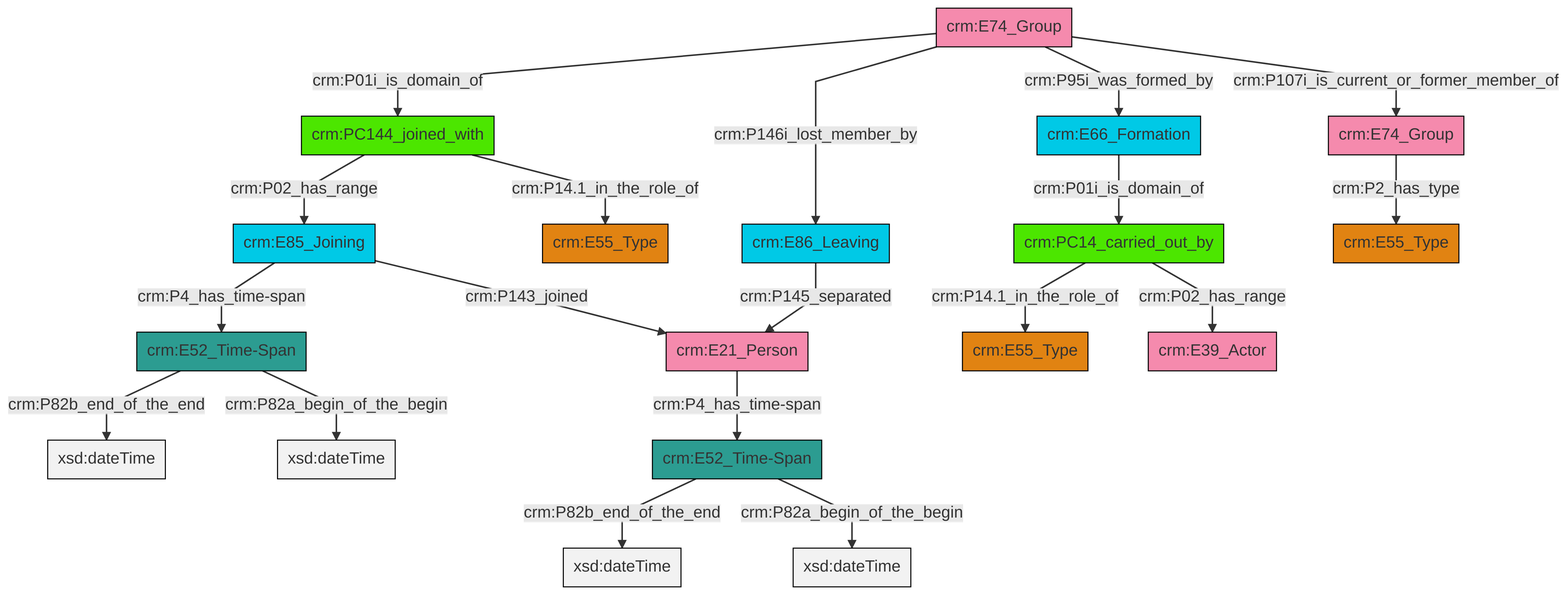
Above: et/groupCSV/ttl/mmd/png/group_actor_relations.png in swiss-art-research-net/reference-data-models (Mermaid), before the change. Its source is kept beside it as et/groupCSV/ttl/mmd/group_actor_relations.ttl.mmd.
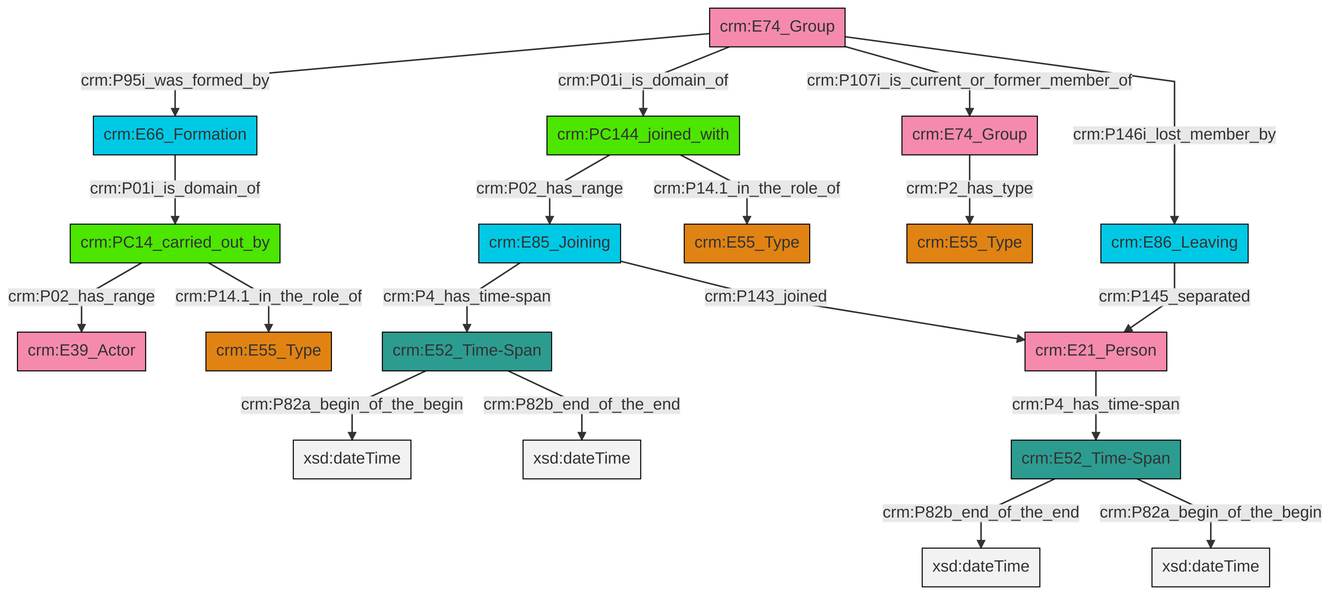
After the change.

Change to the diagram source:
```diff
@@ -13,21 +13,21 @@
 classDef PC_Classes fill:#4ce600, stroke:#000000;
 classDef Multi fill:#cccccc,stroke:#000000;
 
-6["crm:E74_Group"]:::Actor -->|crm:P01i_is_domain_of| 0["crm:PC144_joined_with"]:::PC_Classes
-0["crm:PC144_joined_with"]:::PC_Classes -->|crm:P02_has_range| 7["crm:E85_Joining"]:::Temporal_Entity
-4["crm:E52_Time-Span"]:::Time-Span -->|crm:P82b_end_of_the_end| 10[xsd:dateTime]:::Literal
-11["crm:E86_Leaving"]:::Temporal_Entity -->|crm:P145_separated| 12["crm:E21_Person"]:::Actor
-15["crm:E66_Formation"]:::Temporal_Entity -->|crm:P01i_is_domain_of| 16["crm:PC14_carried_out_by"]:::PC_Classes
-6["crm:E74_Group"]:::Actor -->|crm:P146i_lost_member_by| 11["crm:E86_Leaving"]:::Temporal_Entity
-7["crm:E85_Joining"]:::Temporal_Entity -->|crm:P4_has_time-span| 18["crm:E52_Time-Span"]:::Time-Span
-4["crm:E52_Time-Span"]:::Time-Span -->|crm:P82a_begin_of_the_begin| 20[xsd:dateTime]:::Literal
-21["crm:E74_Group"]:::Actor -->|crm:P2_has_type| 2["crm:E55_Type"]:::Type
-6["crm:E74_Group"]:::Actor -->|crm:P95i_was_formed_by| 15["crm:E66_Formation"]:::Temporal_Entity
-16["crm:PC14_carried_out_by"]:::PC_Classes -->|crm:P14.1_in_the_role_of| 8["crm:E55_Type"]:::Type
-16["crm:PC14_carried_out_by"]:::PC_Classes -->|crm:P02_has_range| 26["crm:E39_Actor"]:::Actor
-12["crm:E21_Person"]:::Actor -->|crm:P4_has_time-span| 4["crm:E52_Time-Span"]:::Time-Span
-6["crm:E74_Group"]:::Actor -->|crm:P107i_is_current_or_former_member_of| 21["crm:E74_Group"]:::Actor
-18["crm:E52_Time-Span"]:::Time-Span -->|crm:P82b_end_of_the_end| 28[xsd:dateTime]:::Literal
+0["crm:PC144_joined_with"]:::PC_Classes -->|crm:P02_has_range| 1["crm:E85_Joining"]:::Temporal_Entity
+1["crm:E85_Joining"]:::Temporal_Entity -->|crm:P4_has_time-span| 2["crm:E52_Time-Span"]:::Time-Span
+5["crm:E66_Formation"]:::Temporal_Entity -->|crm:P01i_is_domain_of| 6["crm:PC14_carried_out_by"]:::PC_Classes
+6["crm:PC14_carried_out_by"]:::PC_Classes -->|crm:P02_has_range| 7["crm:E39_Actor"]:::Actor
+1["crm:E85_Joining"]:::Temporal_Entity -->|crm:P143_joined| 8["crm:E21_Person"]:::Actor
+9["crm:E52_Time-Span"]:::Time-Span -->|crm:P82b_end_of_the_end| 10[xsd:dateTime]:::Literal
+11["crm:E74_Group"]:::Actor -->|crm:P95i_was_formed_by| 5["crm:E66_Formation"]:::Temporal_Entity
+8["crm:E21_Person"]:::Actor -->|crm:P4_has_time-span| 9["crm:E52_Time-Span"]:::Time-Span
+6["crm:PC14_carried_out_by"]:::PC_Classes -->|crm:P14.1_in_the_role_of| 15["crm:E55_Type"]:::Type
+2["crm:E52_Time-Span"]:::Time-Span -->|crm:P82a_begin_of_the_begin| 18[xsd:dateTime]:::Literal
+9["crm:E52_Time-Span"]:::Time-Span -->|crm:P82a_begin_of_the_begin| 19[xsd:dateTime]:::Literal
+11["crm:E74_Group"]:::Actor -->|crm:P01i_is_domain_of| 0["crm:PC144_joined_with"]:::PC_Classes
+23["crm:E74_Group"]:::Actor -->|crm:P2_has_type| 3["crm:E55_Type"]:::Type
+24["crm:E86_Leaving"]:::Temporal_Entity -->|crm:P145_separated| 8["crm:E21_Person"]:::Actor
+11["crm:E74_Group"]:::Actor -->|crm:P107i_is_current_or_former_member_of| 23["crm:E74_Group"]:::Actor
 0["crm:PC144_joined_with"]:::PC_Classes -->|crm:P14.1_in_the_role_of| 13["crm:E55_Type"]:::Type
-18["crm:E52_Time-Span"]:::Time-Span -->|crm:P82a_begin_of_the_begin| 33[xsd:dateTime]:::Literal
-7["crm:E85_Joining"]:::Temporal_Entity -->|crm:P143_joined| 12["crm:E21_Person"]:::Actor
+11["crm:E74_Group"]:::Actor -->|crm:P146i_lost_member_by| 24["crm:E86_Leaving"]:::Temporal_Entity
+2["crm:E52_Time-Span"]:::Time-Span -->|crm:P82b_end_of_the_end| 33[xsd:dateTime]:::Literal
```
